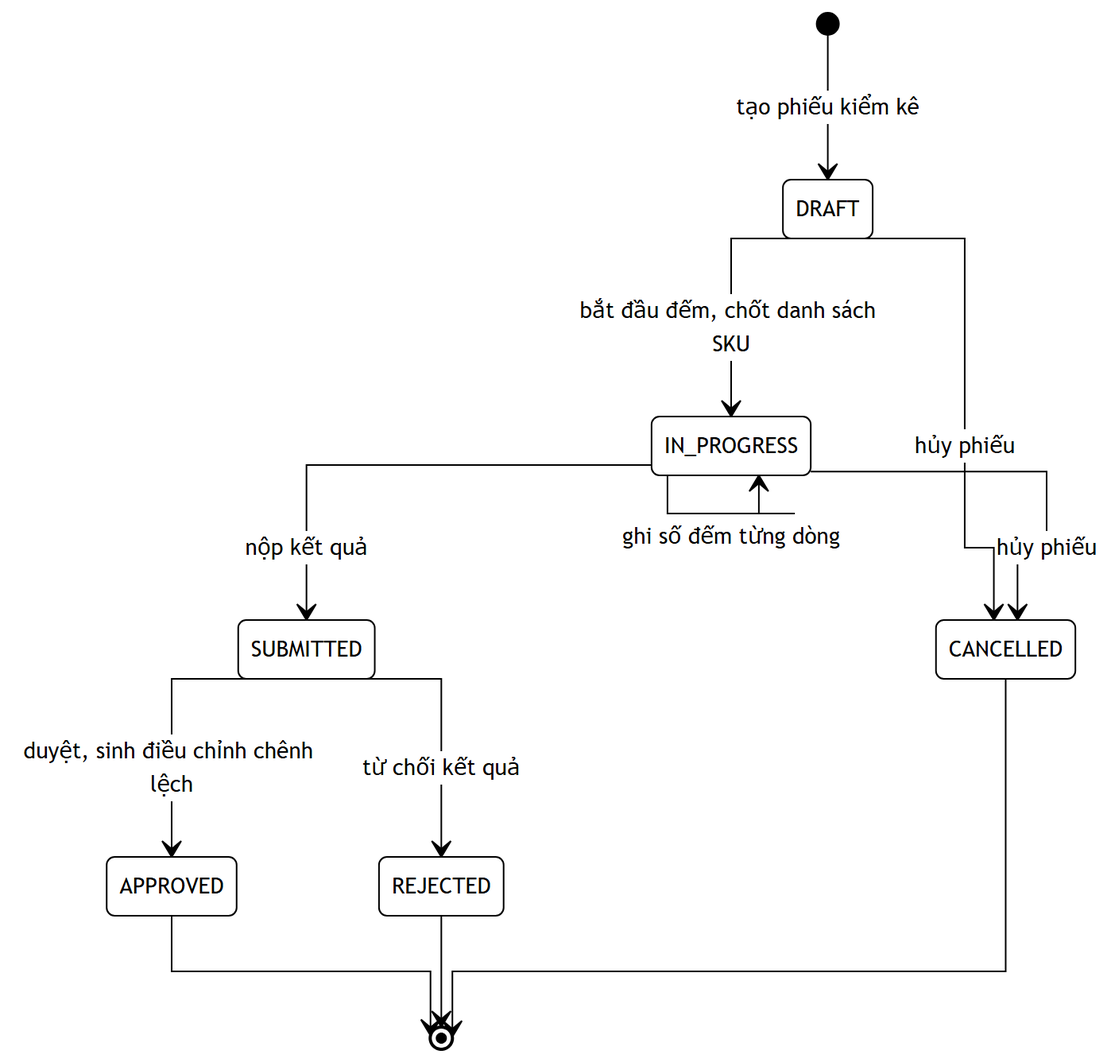
nguyenthihongnhu-dotcom/luanvan2026 keeps this Mermaid diagram as docs/diagrams/05_2-4-1_4-quy-trinh-kiem-ke-stock-count_state.png. Above is the earlier version. Its source is kept beside it as docs/diagrams/05_2-4-1_4-quy-trinh-kiem-ke-stock-count_state.mmd.
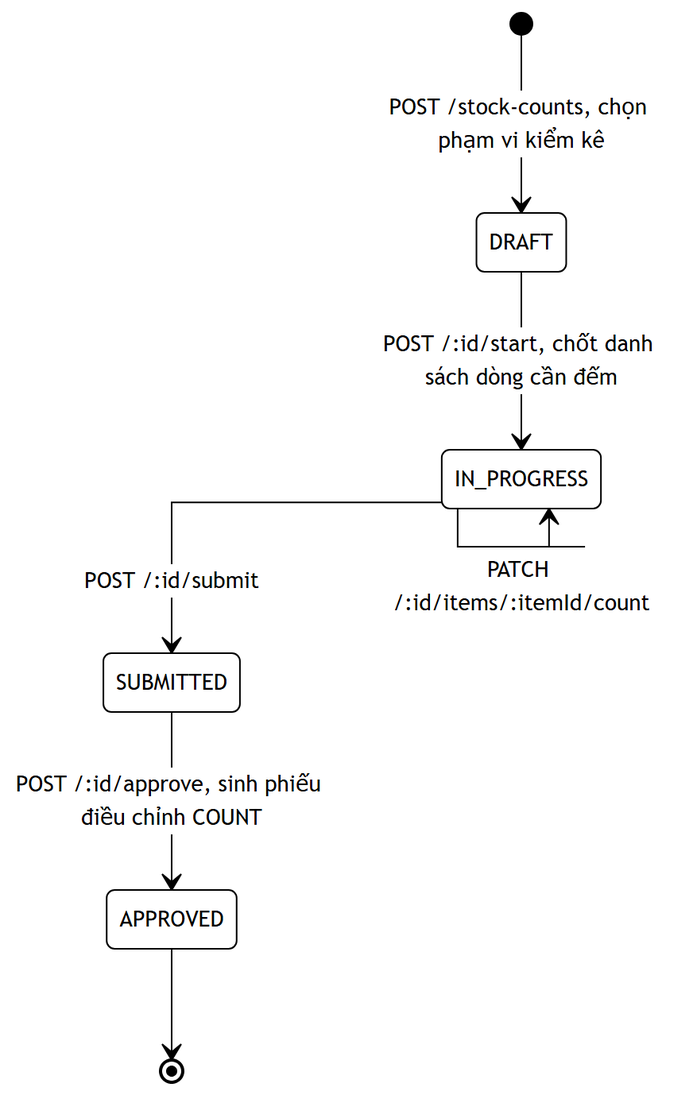
After the change.

Diff of the diagram source:
```diff
@@ -24,14 +24,9 @@
   'state': { 'padding': 12, 'useMaxWidth': false }
 }}%%
 stateDiagram-v2
-    [*] --> DRAFT: tạo phiếu kiểm kê
-    DRAFT --> IN_PROGRESS: bắt đầu đếm, chốt danh sách SKU
-    DRAFT --> CANCELLED: hủy phiếu
-    IN_PROGRESS --> IN_PROGRESS: ghi số đếm từng dòng
-    IN_PROGRESS --> SUBMITTED: nộp kết quả
-    IN_PROGRESS --> CANCELLED: hủy phiếu
-    SUBMITTED --> APPROVED: duyệt, sinh điều chỉnh chênh lệch
-    SUBMITTED --> REJECTED: từ chối kết quả
+    [*] --> DRAFT: POST /stock-counts, chọn phạm vi kiểm kê
+    DRAFT --> IN_PROGRESS: POST /:id/start, chốt danh sách dòng cần đếm
+    IN_PROGRESS --> IN_PROGRESS: PATCH /:id/items/:itemId/count
+    IN_PROGRESS --> SUBMITTED: POST /:id/submit
+    SUBMITTED --> APPROVED: POST /:id/approve, sinh phiếu điều chỉnh COUNT
     APPROVED --> [*]
-    REJECTED --> [*]
-    CANCELLED --> [*]
```
